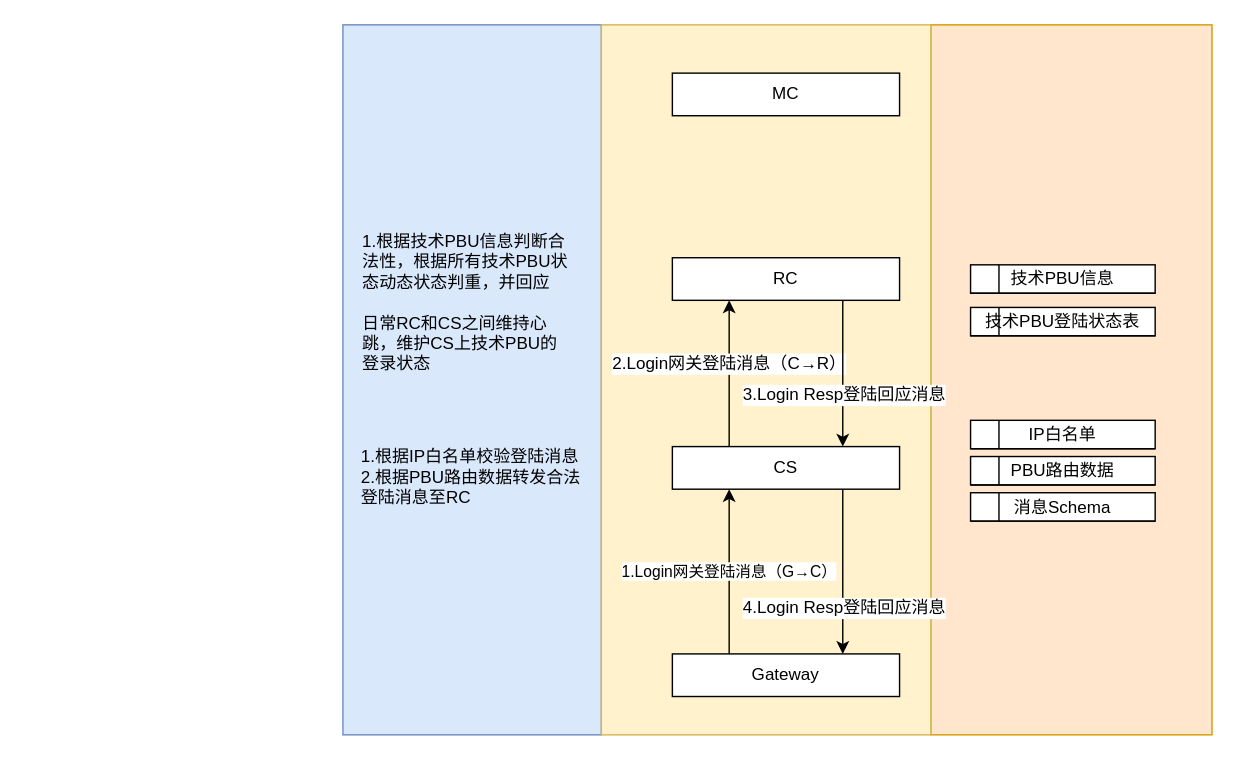
Above: page "Login Process" (1 of 8) of 交易系统升级流图 (2).drawio in gotrade/gotrade (draw.io), before the change. Source tidied: cells renumbered, new cells numbered last; positions are measured from the earlier drawing's top-left corner, leaving out a move shared by most shapes. Both pictures are drawn from the tidied source at 142%, with x=0, y=0 at pixel (342, 24).
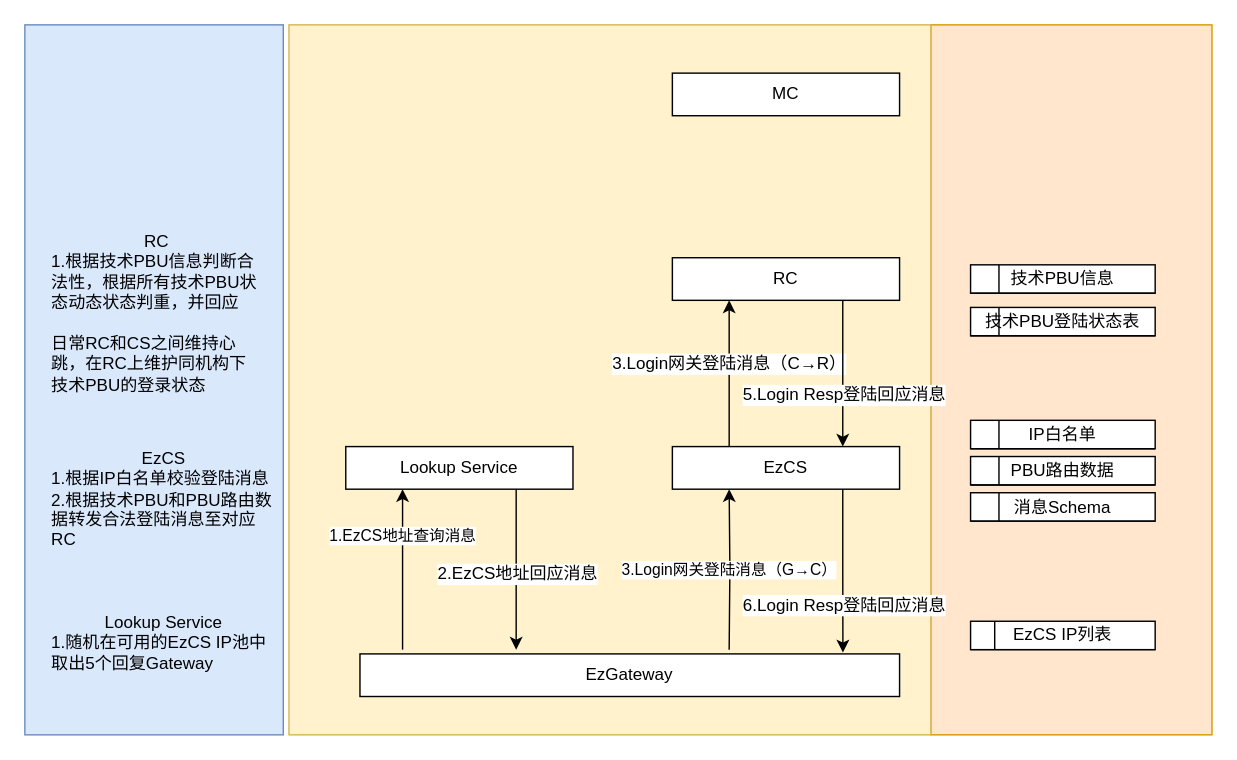
The same diagram, later.

Unchanged cells that the change refers to:
```xml
<mxCell id="7" style="edgeStyle=orthogonalEdgeStyle;rounded=0;jettySize=auto;html=1;exitX=0.25;exitY=0;exitDx=0;exitDy=0;entryX=0.25;entryY=1;entryDx=0;entryDy=0;" parent="1" edge="1" source="11" target="14">
  <mxGeometry relative="1" as="geometry" />
</mxCell>
<mxCell id="12" style="edgeStyle=orthogonalEdgeStyle;rounded=0;jettySize=auto;html=1;exitX=0.75;exitY=1;exitDx=0;exitDy=0;entryX=0.75;entryY=0;entryDx=0;entryDy=0;" parent="1" edge="1" source="14" target="11">
  <mxGeometry relative="1" as="geometry" />
</mxCell>
```

What changed in the source:
```diff
@@
     <mxCell id="2" style="rounded=0;whiteSpace=wrap;html=1;fillColor=#dae8fc;strokeColor=#6c8ebf;" parent="1" vertex="1">
-      <mxGeometry width="182" height="500" as="geometry" />
+      <mxGeometry x="-224" width="182" height="500" as="geometry" />
     </mxCell>
@@
     <mxCell id="4" style="rounded=0;whiteSpace=wrap;html=1;fillColor=#fff2cc;strokeColor=#d6b656;" parent="1" vertex="1">
-      <mxGeometry x="182" width="232" height="500" as="geometry" />
+      <mxGeometry x="-38" width="452" height="500" as="geometry" />
     </mxCell>
-    <mxCell id="5" value="1.Login网关登陆消息（G→C）" style="edgeStyle=orthogonalEdgeStyle;rounded=0;jettySize=auto;html=1;exitX=0.25;exitY=0;exitDx=0;exitDy=0;entryX=0.25;entryY=1;entryDx=0;entryDy=0;" parent="1" edge="1" source="6" target="11">
-      <mxGeometry relative="1" as="geometry" />
+    <mxCell id="5" value="3.Login网关登陆消息（G→C）" style="edgeStyle=orthogonalEdgeStyle;rounded=0;jettySize=auto;html=1;entryX=0.25;entryY=1;entryDx=0;entryDy=0;" parent="1" edge="1" target="11">
+      <mxGeometry relative="1" as="geometry">
+        <mxPoint x="272" y="440" as="sourcePoint" />
+      </mxGeometry>
     </mxCell>
-    <mxCell id="6" value="Gateway" style="rounded=0;whiteSpace=wrap;html=1;" parent="1" vertex="1">
-      <mxGeometry x="232" y="443" width="160" height="30" as="geometry" />
+    <mxCell id="6" value="EzGateway" style="rounded=0;whiteSpace=wrap;html=1;" parent="1" vertex="1">
+      <mxGeometry x="12" y="443" width="380" height="30" as="geometry" />
     </mxCell>
@@
-    <mxCell id="8" value="2.Login网关登陆消息（&lt;span&gt;C→R）&lt;/span&gt;" style="text;html=1;align=center;verticalAlign=middle;labelBackgroundColor=#ffffff;" parent="7" vertex="1">
+    <mxCell id="8" value="3.Login网关登陆消息（&lt;span&gt;C→R）&lt;/span&gt;" style="text;html=1;align=center;verticalAlign=middle;labelBackgroundColor=#ffffff;" parent="7" vertex="1">
       <mxGeometry x="0.15" y="1" relative="1" as="geometry" />
     </mxCell>
-    <mxCell id="9" style="edgeStyle=orthogonalEdgeStyle;rounded=0;jettySize=auto;html=1;exitX=0.75;exitY=1;exitDx=0;exitDy=0;entryX=0.75;entryY=0;entryDx=0;entryDy=0;" parent="1" edge="1" source="11" target="6">
+    <mxCell id="9" style="edgeStyle=orthogonalEdgeStyle;rounded=0;jettySize=auto;html=1;exitX=0.75;exitY=1;exitDx=0;exitDy=0;entryX=0.895;entryY=-0.033;entryDx=0;entryDy=0;entryPerimeter=0;" parent="1" edge="1" source="11" target="6">
       <mxGeometry relative="1" as="geometry" />
     </mxCell>
-    <mxCell id="10" value="4.Login Resp登陆回应消息" style="text;html=1;align=center;verticalAlign=middle;labelBackgroundColor=#ffffff;" parent="9" vertex="1">
+    <mxCell id="10" value="6.Login Resp登陆回应消息" style="text;html=1;align=center;verticalAlign=middle;labelBackgroundColor=#ffffff;" parent="9" vertex="1">
       <mxGeometry x="0.05" y="1" relative="1" as="geometry">
         <mxPoint x="-1" y="22" as="offset" />
       </mxGeometry>
     </mxCell>
-    <mxCell id="11" value="CS&lt;br&gt;" style="rounded=0;whiteSpace=wrap;html=1;" parent="1" vertex="1">
+    <mxCell id="11" value="EzCS&lt;br&gt;" style="rounded=0;whiteSpace=wrap;html=1;" parent="1" vertex="1">
       <mxGeometry x="232" y="297" width="160" height="30" as="geometry" />
     </mxCell>
@@
-    <mxCell id="13" value="3.Login Resp登陆回应消息" style="text;html=1;align=center;verticalAlign=middle;labelBackgroundColor=#ffffff;" parent="12" vertex="1">
+    <mxCell id="13" value="5.Login Resp登陆回应消息" style="text;html=1;align=center;verticalAlign=middle;labelBackgroundColor=#ffffff;" parent="12" vertex="1">
       <mxGeometry x="-0.13" relative="1" as="geometry">
         <mxPoint y="21" as="offset" />
       </mxGeometry>
     </mxCell>
@@
-    <mxCell id="16" value="1.根据IP白名单校验登陆消息&lt;br&gt;2.根据PBU路由数据转发合法登陆消息至RC&lt;br&gt;&lt;br&gt;&lt;br&gt;&lt;br&gt;&lt;br&gt;" style="text;html=1;strokeColor=none;fillColor=none;align=left;verticalAlign=middle;whiteSpace=wrap;rounded=0;" parent="1" vertex="1">
-      <mxGeometry x="11" y="337" width="160" height="20" as="geometry" />
+    <mxCell id="16" value="&lt;div style=&quot;text-align: center&quot;&gt;&lt;span&gt;EzCS&lt;/span&gt;&lt;/div&gt;1.根据IP白名单校验登陆消息&lt;br&gt;2.根据技术PBU和PBU路由数据转发合法登陆消息至对应RC&lt;br&gt;&lt;br&gt;&lt;br&gt;&lt;div style=&quot;text-align: center&quot;&gt;&lt;span&gt;&lt;br&gt;&lt;/span&gt;&lt;/div&gt;&lt;div style=&quot;text-align: center&quot;&gt;&lt;span&gt;Lookup Service&lt;/span&gt;&lt;/div&gt;1.随机在可用的EzCS IP池中取出5个回复Gateway&lt;br&gt;&lt;br&gt;&lt;br&gt;&lt;br&gt;" style="text;html=1;strokeColor=none;fillColor=none;align=left;verticalAlign=middle;whiteSpace=wrap;rounded=0;" parent="1" vertex="1">
+      <mxGeometry x="-207" y="377" width="160" height="43" as="geometry" />
     </mxCell>
@@
-    <mxCell id="20" value="1.根据技术PBU信息判断合法性，根据所有技术PBU状态动态状态判重，并回应&lt;br&gt;&lt;br&gt;日常RC和CS之间维持心跳，维护CS上技术PBU的登录状态&lt;br&gt;" style="text;html=1;whiteSpace=wrap;" parent="1" vertex="1">
-      <mxGeometry x="12" y="139" width="150" height="30" as="geometry" />
+    <mxCell id="20" value="&lt;div style=&quot;text-align: center&quot;&gt;&lt;span&gt;RC&lt;/span&gt;&lt;/div&gt;1.根据技术PBU信息判断合法性，根据所有技术PBU状态动态状态判重，并回应&lt;br&gt;&lt;br&gt;日常RC和CS之间维持心跳，在RC上维护同机构下技术PBU的登录状态&lt;br&gt;" style="text;html=1;whiteSpace=wrap;" parent="1" vertex="1">
+      <mxGeometry x="-207" y="139" width="150" height="31" as="geometry" />
     </mxCell>
@@
+    <mxCell id="23" style="edgeStyle=none;rounded=0;jettySize=auto;html=1;exitX=0.75;exitY=1;exitDx=0;exitDy=0;endArrow=classic;endFill=1;" parent="1" edge="1" source="25">
+      <mxGeometry relative="1" as="geometry">
+        <mxPoint x="122" y="440" as="targetPoint" />
+      </mxGeometry>
+    </mxCell>
+    <mxCell id="24" value="&lt;span&gt;2.EzCS地址回应消息&lt;/span&gt;" style="text;html=1;align=center;verticalAlign=middle;labelBackgroundColor=#ffffff;" parent="23" vertex="1">
+      <mxGeometry x="0.04" relative="1" as="geometry" />
+    </mxCell>
+    <mxCell id="25" value="Lookup Service&lt;br&gt;" style="rounded=0;whiteSpace=wrap;html=1;" parent="1" vertex="1">
+      <mxGeometry x="2" y="297" width="160" height="30" as="geometry" />
+    </mxCell>
+    <mxCell id="26" value="1.EzCS地址查询消息" style="edgeStyle=orthogonalEdgeStyle;rounded=0;orthogonalLoop=1;jettySize=auto;html=1;entryX=0.25;entryY=1;entryDx=0;entryDy=0;" parent="1" edge="1">
+      <mxGeometry x="0.42" relative="1" as="geometry">
+        <mxPoint x="42" y="440" as="sourcePoint" />
+        <mxPoint x="42" y="327" as="targetPoint" />
+      </mxGeometry>
+    </mxCell>
+    <mxCell id="27" value="EzCS IP列表" style="shape=internalStorage;whiteSpace=wrap;html=1;backgroundOutline=1;dx=17;dy=20;" parent="1" vertex="1">
+      <mxGeometry x="442" y="420" width="130" height="20" as="geometry" />
+    </mxCell>
```
